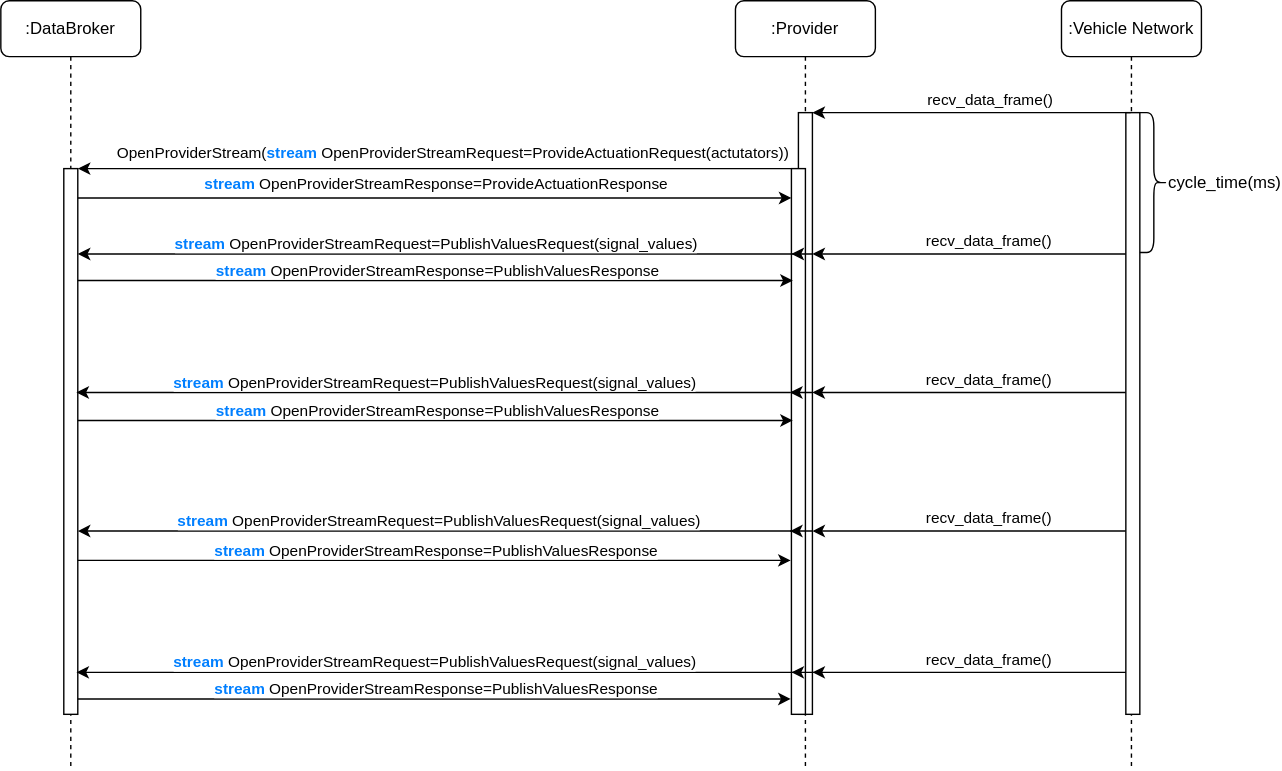
eclipse-kuksa/kuksa-databroker keeps this draw.io diagram as doc/diagrams/provider_publish.svg. Above is the earlier version. Source tidied: cells renumbered, new cells last; positions are measured from the earlier drawing's top-left corner, leaving out a move shared by most shapes. The source it was exported from:
```xml
<mxGraphModel>
  <root>
    <mxCell id="0" />
    <mxCell id="1" parent="0" />
    <mxCell id="2" value=":DataBroker" style="shape=umlLifeline;perimeter=lifelinePerimeter;whiteSpace=wrap;html=1;rounded=1;" parent="1" vertex="1">
      <mxGeometry width="100" height="550" as="geometry" />
    </mxCell>
    <mxCell id="3" style="html=1;perimeter=orthogonalPerimeter;targetShapes=umlLifeline;newEdgeStyle={&quot;curved&quot;:0,&quot;rounded&quot;:0};" parent="2" vertex="1">
      <mxGeometry x="45" y="120" width="10" height="390" as="geometry" />
    </mxCell>
    <mxCell id="4" value=":Provider" style="shape=umlLifeline;perimeter=lifelinePerimeter;whiteSpace=wrap;html=1;rounded=1;" parent="1" vertex="1">
      <mxGeometry x="525" width="100" height="550" as="geometry" />
    </mxCell>
    <mxCell id="5" style="html=1;perimeter=orthogonalPerimeter;targetShapes=umlLifeline;newEdgeStyle={&quot;curved&quot;:0,&quot;rounded&quot;:0};" parent="4" vertex="1">
      <mxGeometry x="45" y="80" width="10" height="430" as="geometry" />
    </mxCell>
    <mxCell id="6" style="html=1;perimeter=orthogonalPerimeter;targetShapes=umlLifeline;newEdgeStyle={&quot;curved&quot;:0,&quot;rounded&quot;:0};" parent="4" vertex="1">
      <mxGeometry x="40" y="120" width="10" height="390" as="geometry" />
    </mxCell>
    <mxCell id="7" style="endArrow=classic;html=1;rounded=0;" parent="4" edge="1">
      <mxGeometry relative="1" as="geometry">
        <mxPoint x="279" y="280" as="sourcePoint" />
        <mxPoint x="55" y="280" as="targetPoint" />
      </mxGeometry>
    </mxCell>
    <mxCell id="8" value="recv_data_frame()" style="edgeLabel;html=1;align=center;verticalAlign=middle;" parent="7" vertex="1">
      <mxGeometry relative="1" as="geometry">
        <mxPoint x="13" y="-10" as="offset" />
      </mxGeometry>
    </mxCell>
    <mxCell id="9" style="endArrow=classic;html=1;rounded=0;" parent="4" edge="1">
      <mxGeometry relative="1" as="geometry">
        <mxPoint x="279" y="379" as="sourcePoint" />
        <mxPoint x="55" y="379" as="targetPoint" />
      </mxGeometry>
    </mxCell>
    <mxCell id="10" value="recv_data_frame()" style="edgeLabel;html=1;align=center;verticalAlign=middle;" parent="9" vertex="1">
      <mxGeometry relative="1" as="geometry">
        <mxPoint x="13" y="-10" as="offset" />
      </mxGeometry>
    </mxCell>
    <mxCell id="11" style="endArrow=classic;html=1;rounded=0;" parent="4" edge="1">
      <mxGeometry relative="1" as="geometry">
        <mxPoint x="40.2" y="181" as="sourcePoint" />
        <mxPoint x="40" y="181" as="targetPoint" />
        <Array as="points">
          <mxPoint x="55" y="181" />
        </Array>
      </mxGeometry>
    </mxCell>
    <mxCell id="12" value=":Vehicle Network" style="shape=umlLifeline;perimeter=lifelinePerimeter;whiteSpace=wrap;html=1;outlineConnect=0;rounded=1;" parent="1" vertex="1">
      <mxGeometry x="758" width="100" height="550" as="geometry" />
    </mxCell>
    <mxCell id="13" style="html=1;perimeter=orthogonalPerimeter;targetShapes=umlLifeline;newEdgeStyle={&quot;curved&quot;:0,&quot;rounded&quot;:0};" parent="12" vertex="1">
      <mxGeometry x="46" y="80" width="10" height="430" as="geometry" />
    </mxCell>
    <mxCell id="14" style="shape=curlyBracket;whiteSpace=wrap;html=1;rounded=1;flipH=1;labelPosition=right;verticalLabelPosition=middle;align=left;verticalAlign=middle;" parent="12" vertex="1">
      <mxGeometry x="56" y="80" width="20" height="100" as="geometry" />
    </mxCell>
    <mxCell id="15" style="endArrow=classic;html=1;rounded=0;" parent="1" edge="1">
      <mxGeometry relative="1" as="geometry">
        <mxPoint x="565" y="120" as="sourcePoint" />
        <mxPoint x="55" y="120" as="targetPoint" />
      </mxGeometry>
    </mxCell>
    <mxCell id="16" value="OpenProviderStream(&lt;b&gt;&lt;font color=&quot;#007fff&quot;&gt;stream&lt;/font&gt;&lt;/b&gt;&amp;nbsp;OpenProviderStreamRequest=ProvideActuationRequest(actutators))" style="edgeLabel;html=1;align=center;verticalAlign=middle;" parent="15" vertex="1">
      <mxGeometry relative="1" as="geometry">
        <mxPoint x="12" y="-12" as="offset" />
      </mxGeometry>
    </mxCell>
    <mxCell id="17" style="endArrow=classic;html=1;rounded=0;" parent="1" edge="1">
      <mxGeometry relative="1" as="geometry">
        <mxPoint x="55" y="141" as="sourcePoint" />
        <mxPoint x="565" y="141" as="targetPoint" />
      </mxGeometry>
    </mxCell>
    <mxCell id="18" value="&lt;b&gt;&lt;font color=&quot;#007fff&quot;&gt;stream&lt;/font&gt;&lt;/b&gt;&amp;nbsp;OpenProviderStreamResponse=ProvideActuationResponse" style="edgeLabel;html=1;align=center;verticalAlign=middle;" parent="17" vertex="1">
      <mxGeometry relative="1" as="geometry">
        <mxPoint y="-10" as="offset" />
      </mxGeometry>
    </mxCell>
    <mxCell id="19" style="endArrow=classic;html=1;rounded=0;" parent="1" edge="1">
      <mxGeometry relative="1" as="geometry">
        <mxPoint x="565" y="181" as="sourcePoint" />
        <mxPoint x="55" y="181" as="targetPoint" />
      </mxGeometry>
    </mxCell>
    <mxCell id="20" value="&lt;b&gt;&lt;font color=&quot;#007fff&quot;&gt;stream&lt;/font&gt;&lt;/b&gt;&amp;nbsp;OpenProviderStreamRequest=PublishValuesRequest(signal_values)" style="edgeLabel;html=1;align=center;verticalAlign=middle;" parent="19" vertex="1">
      <mxGeometry relative="1" as="geometry">
        <mxPoint y="-8" as="offset" />
      </mxGeometry>
    </mxCell>
    <mxCell id="21" style="endArrow=classic;html=1;rounded=0;" parent="1" edge="1">
      <mxGeometry relative="1" as="geometry">
        <mxPoint x="55" y="200" as="sourcePoint" />
        <mxPoint x="566" y="200" as="targetPoint" />
      </mxGeometry>
    </mxCell>
    <mxCell id="22" value="&lt;b&gt;&lt;font color=&quot;#007fff&quot;&gt;stream&lt;/font&gt;&lt;/b&gt;&amp;nbsp;OpenProviderStreamResponse=PublishValuesResponse" style="edgeLabel;html=1;align=center;verticalAlign=middle;" parent="21" vertex="1">
      <mxGeometry relative="1" as="geometry">
        <mxPoint y="-8" as="offset" />
      </mxGeometry>
    </mxCell>
    <mxCell id="23" style="endArrow=classic;html=1;rounded=0;" parent="1" edge="1" source="12">
      <mxGeometry relative="1" as="geometry">
        <mxPoint x="580" y="80" as="targetPoint" />
      </mxGeometry>
    </mxCell>
    <mxCell id="24" value="recv_data_frame()" style="edgeLabel;html=1;align=center;verticalAlign=middle;" parent="23" vertex="1">
      <mxGeometry relative="1" as="geometry">
        <mxPoint x="13" y="-10" as="offset" />
      </mxGeometry>
    </mxCell>
    <mxCell id="25" style="endArrow=classic;html=1;rounded=0;" parent="1" edge="1">
      <mxGeometry relative="1" as="geometry">
        <mxPoint x="564" y="280" as="sourcePoint" />
        <mxPoint x="54" y="280" as="targetPoint" />
      </mxGeometry>
    </mxCell>
    <mxCell id="26" value="&lt;b&gt;&lt;font color=&quot;#007fff&quot;&gt;stream&lt;/font&gt;&lt;/b&gt;&amp;nbsp;OpenProviderStreamRequest=PublishValuesRequest(signal_values)" style="edgeLabel;html=1;align=center;verticalAlign=middle;" parent="25" vertex="1">
      <mxGeometry relative="1" as="geometry">
        <mxPoint y="-8" as="offset" />
      </mxGeometry>
    </mxCell>
    <mxCell id="27" style="endArrow=classic;html=1;rounded=0;" parent="1" edge="1">
      <mxGeometry relative="1" as="geometry">
        <mxPoint x="55" y="300" as="sourcePoint" />
        <mxPoint x="566" y="300" as="targetPoint" />
      </mxGeometry>
    </mxCell>
    <mxCell id="28" value="&lt;b&gt;&lt;font color=&quot;#007fff&quot;&gt;stream&lt;/font&gt;&lt;/b&gt;&amp;nbsp;OpenProviderStreamResponse=PublishValuesResponse" style="edgeLabel;html=1;align=center;verticalAlign=middle;" parent="27" vertex="1">
      <mxGeometry relative="1" as="geometry">
        <mxPoint y="-8" as="offset" />
      </mxGeometry>
    </mxCell>
    <mxCell id="29" style="endArrow=classic;html=1;rounded=0;" parent="1" edge="1">
      <mxGeometry relative="1" as="geometry">
        <mxPoint x="55" y="400" as="sourcePoint" />
        <mxPoint x="564.5" y="400" as="targetPoint" />
      </mxGeometry>
    </mxCell>
    <mxCell id="30" value="&lt;b&gt;&lt;font color=&quot;#007fff&quot;&gt;stream&lt;/font&gt;&lt;/b&gt;&amp;nbsp;OpenProviderStreamResponse=PublishValuesResponse" style="edgeLabel;html=1;align=center;verticalAlign=middle;" parent="29" vertex="1">
      <mxGeometry relative="1" as="geometry">
        <mxPoint y="-8" as="offset" />
      </mxGeometry>
    </mxCell>
    <mxCell id="31" style="endArrow=classic;html=1;rounded=0;fontColor=default;labelBackgroundColor=default;fontStyle=0;curved=0;strokeWidth=1;" parent="1" edge="1">
      <mxGeometry relative="1" as="geometry">
        <mxPoint x="570" y="379" as="sourcePoint" />
        <mxPoint x="55" y="379" as="targetPoint" />
      </mxGeometry>
    </mxCell>
    <mxCell id="32" value="&lt;b&gt;&lt;font color=&quot;#007fff&quot;&gt;stream&lt;/font&gt;&lt;/b&gt;&amp;nbsp;OpenProviderStreamRequest=PublishValuesRequest(signal_values)" style="edgeLabel;html=1;align=center;verticalAlign=middle;" parent="31" vertex="1">
      <mxGeometry relative="1" as="geometry">
        <mxPoint y="-8" as="offset" />
      </mxGeometry>
    </mxCell>
    <mxCell id="33" style="endArrow=classic;html=1;rounded=0;" parent="1" edge="1">
      <mxGeometry relative="1" as="geometry">
        <mxPoint x="565" y="480" as="sourcePoint" />
        <mxPoint x="54" y="480" as="targetPoint" />
      </mxGeometry>
    </mxCell>
    <mxCell id="34" value="&lt;b&gt;&lt;font color=&quot;#007fff&quot;&gt;stream&lt;/font&gt;&lt;/b&gt;&amp;nbsp;OpenProviderStreamRequest=PublishValuesRequest(signal_values)" style="edgeLabel;html=1;align=center;verticalAlign=middle;" parent="33" vertex="1">
      <mxGeometry relative="1" as="geometry">
        <mxPoint y="-8" as="offset" />
      </mxGeometry>
    </mxCell>
    <mxCell id="35" style="endArrow=classic;html=1;rounded=0;" parent="1" edge="1">
      <mxGeometry relative="1" as="geometry">
        <mxPoint x="55" y="499" as="sourcePoint" />
        <mxPoint x="564.5" y="499" as="targetPoint" />
      </mxGeometry>
    </mxCell>
    <mxCell id="36" value="&lt;b&gt;&lt;font color=&quot;#007fff&quot;&gt;stream&lt;/font&gt;&lt;/b&gt;&amp;nbsp;OpenProviderStreamResponse=PublishValuesResponse" style="edgeLabel;html=1;align=center;verticalAlign=middle;" parent="35" vertex="1">
      <mxGeometry relative="1" as="geometry">
        <mxPoint y="-8" as="offset" />
      </mxGeometry>
    </mxCell>
    <mxCell id="37" style="endArrow=classic;html=1;rounded=0;" parent="1" edge="1">
      <mxGeometry relative="1" as="geometry">
        <mxPoint x="804" y="181" as="sourcePoint" />
        <mxPoint x="580" y="181" as="targetPoint" />
      </mxGeometry>
    </mxCell>
    <mxCell id="38" value="recv_data_frame()" style="edgeLabel;html=1;align=center;verticalAlign=middle;" parent="37" vertex="1">
      <mxGeometry relative="1" as="geometry">
        <mxPoint x="13" y="-10" as="offset" />
      </mxGeometry>
    </mxCell>
    <mxCell id="39" style="endArrow=classic;html=1;rounded=0;" parent="1" edge="1">
      <mxGeometry relative="1" as="geometry">
        <mxPoint x="804" y="480" as="sourcePoint" />
        <mxPoint x="580" y="480" as="targetPoint" />
      </mxGeometry>
    </mxCell>
    <mxCell id="40" value="recv_data_frame()" style="edgeLabel;html=1;align=center;verticalAlign=middle;" parent="39" vertex="1">
      <mxGeometry relative="1" as="geometry">
        <mxPoint x="13" y="-10" as="offset" />
      </mxGeometry>
    </mxCell>
    <mxCell id="41" value="cycle_time(ms)" style="text;html=1;align=center;verticalAlign=middle;whiteSpace=wrap;rounded=0;" parent="1" vertex="1">
      <mxGeometry x="845" y="115" width="60" height="30" as="geometry" />
    </mxCell>
    <mxCell id="42" style="endArrow=classic;html=1;rounded=0;" parent="1" edge="1">
      <mxGeometry relative="1" as="geometry">
        <mxPoint x="564.2" y="280" as="sourcePoint" />
        <mxPoint x="564" y="280" as="targetPoint" />
        <Array as="points">
          <mxPoint x="580" y="280" />
        </Array>
      </mxGeometry>
    </mxCell>
    <mxCell id="43" style="endArrow=classic;html=1;rounded=0;" parent="1" edge="1">
      <mxGeometry relative="1" as="geometry">
        <mxPoint x="564.2" y="379" as="sourcePoint" />
        <mxPoint x="564" y="379" as="targetPoint" />
        <Array as="points">
          <mxPoint x="580" y="379" />
        </Array>
      </mxGeometry>
    </mxCell>
    <mxCell id="44" style="endArrow=classic;html=1;rounded=0;" parent="1" edge="1">
      <mxGeometry relative="1" as="geometry">
        <mxPoint x="565.2" y="480" as="sourcePoint" />
        <mxPoint x="565" y="480" as="targetPoint" />
        <Array as="points">
          <mxPoint x="581" y="480" />
        </Array>
      </mxGeometry>
    </mxCell>
  </root>
</mxGraphModel>
```
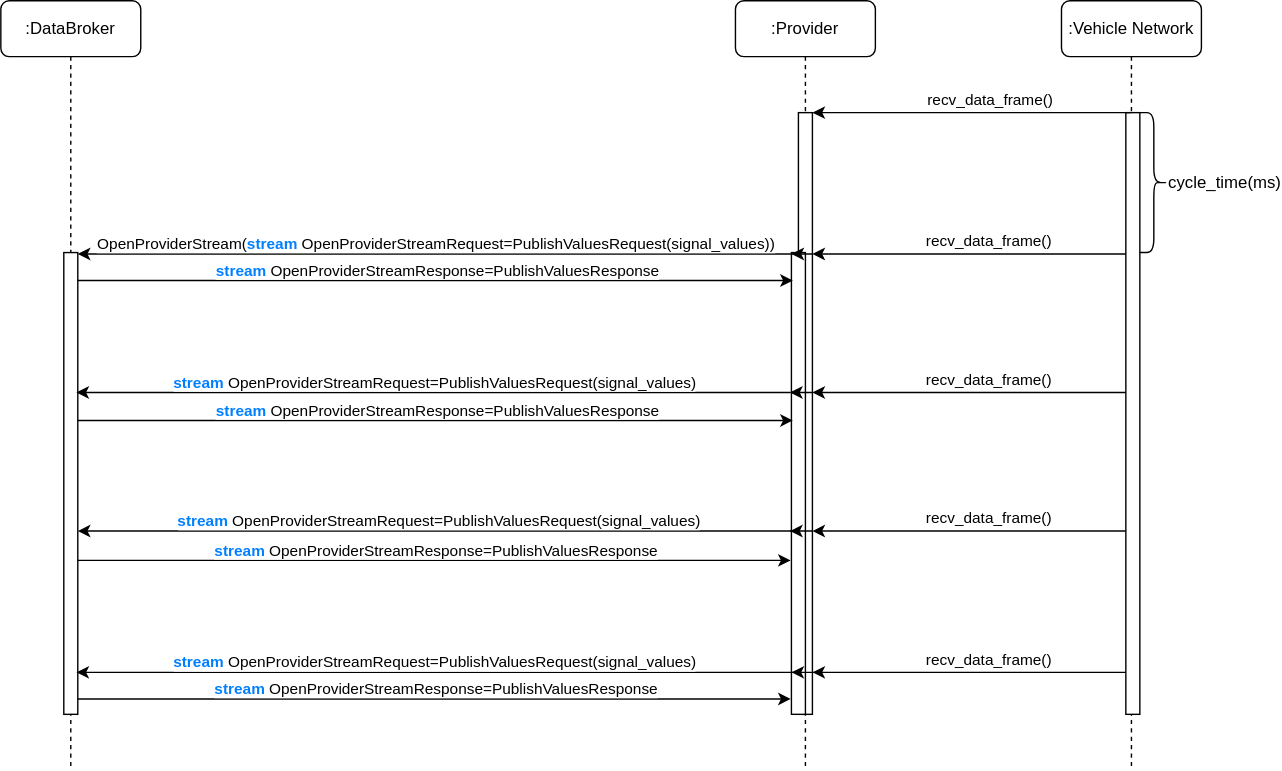
After the change.

Change to the diagram source:
```diff
@@ -6,7 +6,7 @@
       <mxGeometry width="100" height="550" as="geometry" />
     </mxCell>
     <mxCell id="3" style="html=1;perimeter=orthogonalPerimeter;targetShapes=umlLifeline;newEdgeStyle={&quot;curved&quot;:0,&quot;rounded&quot;:0};" parent="2" vertex="1">
-      <mxGeometry x="45" y="120" width="10" height="390" as="geometry" />
+      <mxGeometry x="45" y="180" width="10" height="330" as="geometry" />
     </mxCell>
     <mxCell id="4" value=":Provider" style="shape=umlLifeline;perimeter=lifelinePerimeter;whiteSpace=wrap;html=1;rounded=1;" parent="1" vertex="1">
       <mxGeometry x="525" width="100" height="550" as="geometry" />
@@ -15,7 +15,7 @@
       <mxGeometry x="45" y="80" width="10" height="430" as="geometry" />
     </mxCell>
     <mxCell id="6" style="html=1;perimeter=orthogonalPerimeter;targetShapes=umlLifeline;newEdgeStyle={&quot;curved&quot;:0,&quot;rounded&quot;:0};" parent="4" vertex="1">
-      <mxGeometry x="40" y="120" width="10" height="390" as="geometry" />
+      <mxGeometry x="40" y="180" width="10" height="330" as="geometry" />
     </mxCell>
     <mxCell id="7" style="endArrow=classic;html=1;rounded=0;" parent="4" edge="1">
       <mxGeometry relative="1" as="geometry">
@@ -57,35 +57,13 @@
     <mxCell id="14" style="shape=curlyBracket;whiteSpace=wrap;html=1;rounded=1;flipH=1;labelPosition=right;verticalLabelPosition=middle;align=left;verticalAlign=middle;" parent="12" vertex="1">
       <mxGeometry x="56" y="80" width="20" height="100" as="geometry" />
     </mxCell>
-    <mxCell id="15" style="endArrow=classic;html=1;rounded=0;" parent="1" edge="1">
-      <mxGeometry relative="1" as="geometry">
-        <mxPoint x="565" y="120" as="sourcePoint" />
-        <mxPoint x="55" y="120" as="targetPoint" />
-      </mxGeometry>
-    </mxCell>
-    <mxCell id="16" value="OpenProviderStream(&lt;b&gt;&lt;font color=&quot;#007fff&quot;&gt;stream&lt;/font&gt;&lt;/b&gt;&amp;nbsp;OpenProviderStreamRequest=ProvideActuationRequest(actutators))" style="edgeLabel;html=1;align=center;verticalAlign=middle;" parent="15" vertex="1">
-      <mxGeometry relative="1" as="geometry">
-        <mxPoint x="12" y="-12" as="offset" />
-      </mxGeometry>
-    </mxCell>
-    <mxCell id="17" style="endArrow=classic;html=1;rounded=0;" parent="1" edge="1">
-      <mxGeometry relative="1" as="geometry">
-        <mxPoint x="55" y="141" as="sourcePoint" />
-        <mxPoint x="565" y="141" as="targetPoint" />
-      </mxGeometry>
-    </mxCell>
-    <mxCell id="18" value="&lt;b&gt;&lt;font color=&quot;#007fff&quot;&gt;stream&lt;/font&gt;&lt;/b&gt;&amp;nbsp;OpenProviderStreamResponse=ProvideActuationResponse" style="edgeLabel;html=1;align=center;verticalAlign=middle;" parent="17" vertex="1">
-      <mxGeometry relative="1" as="geometry">
-        <mxPoint y="-10" as="offset" />
-      </mxGeometry>
-    </mxCell>
     <mxCell id="19" style="endArrow=classic;html=1;rounded=0;" parent="1" edge="1">
       <mxGeometry relative="1" as="geometry">
         <mxPoint x="565" y="181" as="sourcePoint" />
         <mxPoint x="55" y="181" as="targetPoint" />
       </mxGeometry>
     </mxCell>
-    <mxCell id="20" value="&lt;b&gt;&lt;font color=&quot;#007fff&quot;&gt;stream&lt;/font&gt;&lt;/b&gt;&amp;nbsp;OpenProviderStreamRequest=PublishValuesRequest(signal_values)" style="edgeLabel;html=1;align=center;verticalAlign=middle;" parent="19" vertex="1">
+    <mxCell id="20" value="OpenProviderStream(&lt;b&gt;&lt;font color=&quot;#007fff&quot;&gt;stream&lt;/font&gt;&lt;/b&gt;&amp;nbsp;OpenProviderStreamRequest=PublishValuesRequest(signal_values))" style="edgeLabel;html=1;align=center;verticalAlign=middle;" parent="19" vertex="1">
       <mxGeometry relative="1" as="geometry">
         <mxPoint y="-8" as="offset" />
       </mxGeometry>
```
